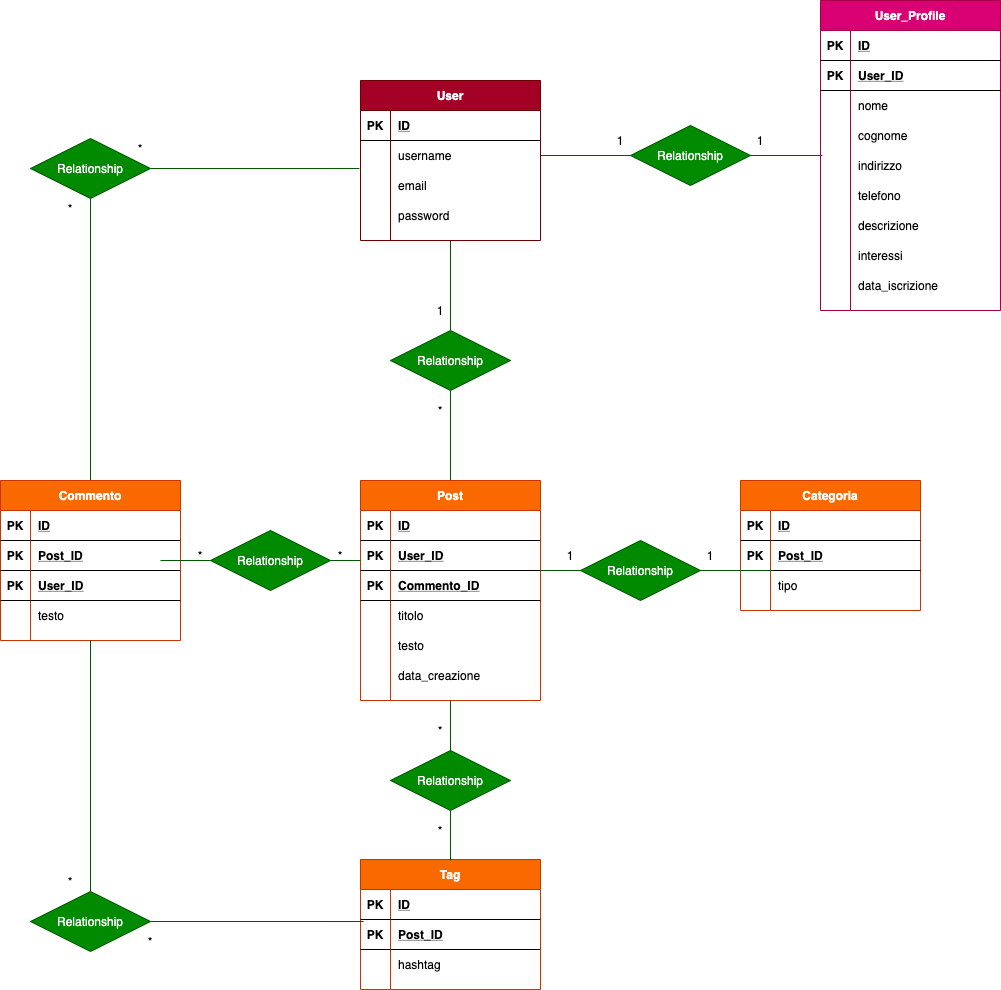
This is diagram.png from roccorefice/php-oop-2, a draw.io export, as it was before one commit. Source tidied: cells renumbered, new cells last; positions are measured from the earlier drawing's top-left corner, leaving out a move shared by most shapes.
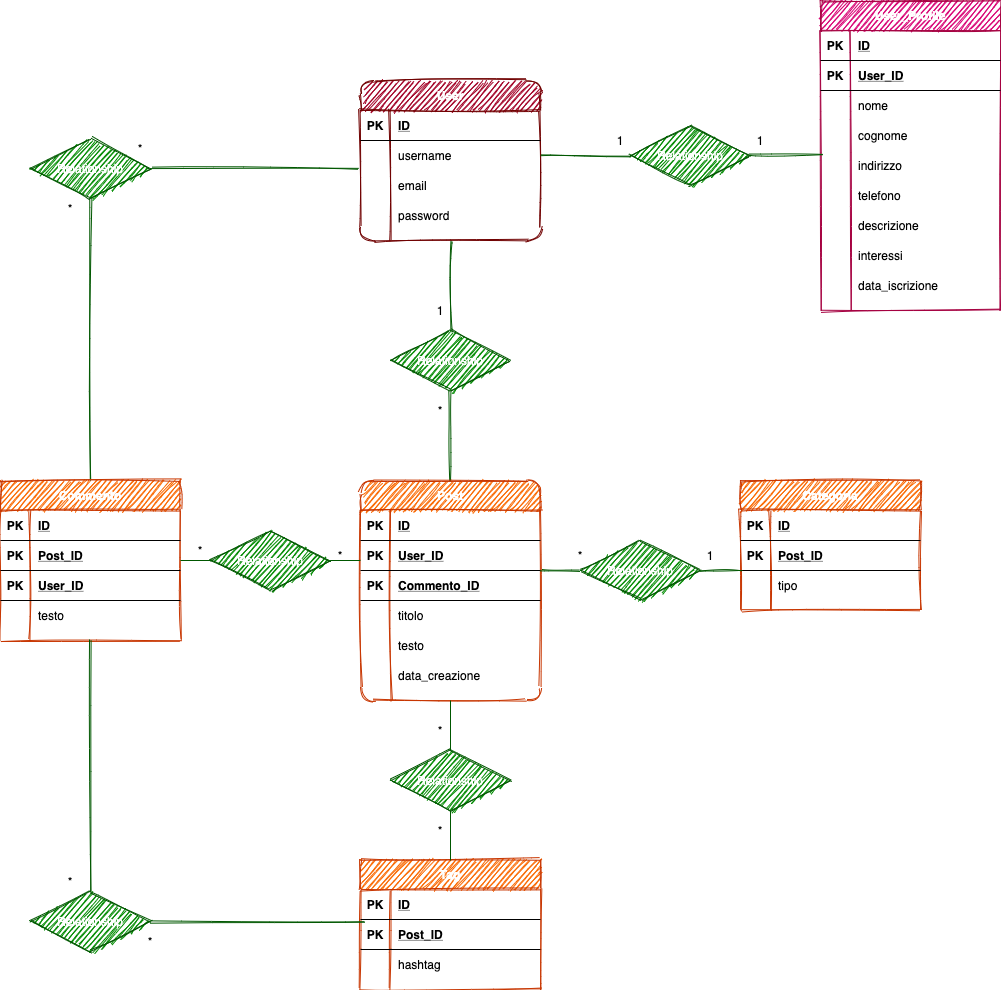
Later version of the same file.

Commit message:
bonus complete

What changed in the source:
```diff
@@ -2,10 +2,10 @@
   <root>
     <mxCell id="0" />
     <mxCell id="1" parent="0" />
-    <mxCell id="2" style="edgeStyle=orthogonalEdgeStyle;rounded=0;jettySize=auto;html=1;exitX=0.5;exitY=1;exitDx=0;exitDy=0;entryX=0.5;entryY=0;entryDx=0;entryDy=0;endArrow=none;endFill=0;fillColor=#008a00;strokeColor=#005700;" parent="1" edge="1" source="3" target="69">
+    <mxCell id="2" style="edgeStyle=orthogonalEdgeStyle;rounded=0;jettySize=auto;html=1;exitX=0.5;exitY=1;exitDx=0;exitDy=0;entryX=0.5;entryY=0;entryDx=0;entryDy=0;endArrow=none;endFill=0;fillColor=#008a00;strokeColor=#005700;sketch=1;" parent="1" edge="1" source="3" target="69">
       <mxGeometry relative="1" as="geometry" />
     </mxCell>
-    <mxCell id="3" value="User" style="shape=table;startSize=30;rowLines=0;fontStyle=1;align=center;fillColor=#a20025;strokeColor=#6F0000;fontColor=#ffffff;" parent="1" vertex="1">
+    <mxCell id="3" value="User" style="shape=table;startSize=30;rowLines=0;fontStyle=1;align=center;fillColor=#a20025;strokeColor=#6F0000;fontColor=#ffffff;sketch=1;rounded=1;" parent="1" vertex="1">
       <mxGeometry x="360" y="80" width="180" height="160" as="geometry" />
     </mxCell>
     <mxCell id="4" style="shape=partialRectangle;fillColor=none;top=0;left=0;bottom=1;right=0;" parent="3" vertex="1">
@@ -44,7 +44,7 @@
     <mxCell id="15" value="password" style="shape=partialRectangle;fillColor=none;top=0;left=0;bottom=0;right=0;align=left;spacingLeft=6;overflow=hidden;" parent="13" vertex="1">
       <mxGeometry x="30" width="150" height="30" as="geometry" />
     </mxCell>
-    <mxCell id="16" value="User_Profile" style="shape=table;startSize=30;rowLines=0;fontStyle=1;align=center;fillColor=#d80073;strokeColor=#A50040;fontColor=#ffffff;" parent="1" vertex="1">
+    <mxCell id="16" value="User_Profile" style="shape=table;startSize=30;rowLines=0;fontStyle=1;align=center;fillColor=#d80073;strokeColor=#A50040;fontColor=#ffffff;sketch=1;" parent="1" vertex="1">
       <mxGeometry x="820" width="180" height="310" as="geometry" />
     </mxCell>
     <mxCell id="17" style="shape=partialRectangle;fillColor=none;top=0;left=0;bottom=1;right=0;" parent="16" vertex="1">
@@ -128,13 +128,13 @@
     <mxCell id="43" value="data_iscrizione" style="shape=partialRectangle;fillColor=none;top=0;left=0;bottom=0;right=0;align=left;spacingLeft=6;overflow=hidden;" parent="41" vertex="1">
       <mxGeometry x="30" width="150" height="30" as="geometry" />
     </mxCell>
-    <mxCell id="44" style="edgeStyle=orthogonalEdgeStyle;rounded=0;jettySize=auto;html=1;exitX=1;exitY=0.5;exitDx=0;exitDy=0;entryX=0.011;entryY=0.167;entryDx=0;entryDy=0;entryPerimeter=0;endArrow=none;endFill=0;fillColor=#008a00;strokeColor=#005700;" parent="1" edge="1" source="45" target="29">
+    <mxCell id="44" style="edgeStyle=orthogonalEdgeStyle;rounded=0;jettySize=auto;html=1;exitX=1;exitY=0.5;exitDx=0;exitDy=0;entryX=0.011;entryY=0.167;entryDx=0;entryDy=0;entryPerimeter=0;endArrow=none;endFill=0;fillColor=#008a00;strokeColor=#005700;sketch=1;" parent="1" edge="1" source="45" target="29">
       <mxGeometry relative="1" as="geometry" />
     </mxCell>
-    <mxCell id="45" value="Relationship" style="shape=rhombus;perimeter=rhombusPerimeter;whiteSpace=wrap;html=1;align=center;fillColor=#008a00;strokeColor=#005700;fontColor=#ffffff;" parent="1" vertex="1">
+    <mxCell id="45" value="Relationship" style="shape=rhombus;perimeter=rhombusPerimeter;whiteSpace=wrap;html=1;align=center;fillColor=#008a00;strokeColor=#005700;fontColor=#ffffff;sketch=1;" parent="1" vertex="1">
       <mxGeometry x="630" y="125" width="120" height="60" as="geometry" />
     </mxCell>
-    <mxCell id="46" style="edgeStyle=orthogonalEdgeStyle;rounded=0;jettySize=auto;html=1;exitX=1;exitY=0.5;exitDx=0;exitDy=0;entryX=0;entryY=0.5;entryDx=0;entryDy=0;endArrow=none;endFill=0;fillColor=#008a00;strokeColor=#005700;" parent="1" edge="1" source="7" target="45">
+    <mxCell id="46" style="edgeStyle=orthogonalEdgeStyle;rounded=0;jettySize=auto;html=1;exitX=1;exitY=0.5;exitDx=0;exitDy=0;entryX=0;entryY=0.5;entryDx=0;entryDy=0;endArrow=none;endFill=0;fillColor=#008a00;strokeColor=#005700;sketch=1;" parent="1" edge="1" source="7" target="45">
       <mxGeometry relative="1" as="geometry" />
     </mxCell>
     <mxCell id="47" value="1" style="text;html=1;strokeColor=none;fillColor=none;align=center;verticalAlign=middle;whiteSpace=wrap;rounded=0;" parent="1" vertex="1">
@@ -143,10 +143,10 @@
     <mxCell id="48" value="1" style="text;html=1;strokeColor=none;fillColor=none;align=center;verticalAlign=middle;whiteSpace=wrap;rounded=0;" parent="1" vertex="1">
       <mxGeometry x="740" y="130" width="40" height="20" as="geometry" />
     </mxCell>
-    <mxCell id="49" style="edgeStyle=orthogonalEdgeStyle;rounded=0;jettySize=auto;html=1;exitX=0.5;exitY=0;exitDx=0;exitDy=0;entryX=0.5;entryY=1;entryDx=0;entryDy=0;endArrow=none;endFill=0;fillColor=#008a00;strokeColor=#005700;" parent="1" edge="1" source="50" target="69">
+    <mxCell id="49" style="edgeStyle=orthogonalEdgeStyle;rounded=0;jettySize=auto;html=1;exitX=0.5;exitY=0;exitDx=0;exitDy=0;entryX=0.5;entryY=1;entryDx=0;entryDy=0;endArrow=none;endFill=0;fillColor=#008a00;strokeColor=#005700;sketch=1;" parent="1" edge="1" source="50" target="69">
       <mxGeometry relative="1" as="geometry" />
     </mxCell>
-    <mxCell id="50" value="Post" style="shape=table;startSize=30;rowLines=0;fontStyle=1;align=center;fillColor=#fa6800;strokeColor=#C73500;fontColor=#ffffff;" parent="1" vertex="1">
+    <mxCell id="50" value="Post" style="shape=table;startSize=30;rowLines=0;fontStyle=1;align=center;fillColor=#fa6800;strokeColor=#C73500;fontColor=#ffffff;direction=east;sketch=1;rounded=1;" parent="1" vertex="1">
       <mxGeometry x="360" y="480" width="180" height="220" as="geometry" />
     </mxCell>
     <mxCell id="51" style="shape=partialRectangle;fillColor=none;top=0;left=0;bottom=1;right=0;" parent="50" vertex="1">
@@ -200,10 +200,10 @@
     <mxCell id="67" style="shape=partialRectangle;fillColor=none;top=0;left=0;bottom=0;right=0;overflow=hidden;" parent="66" vertex="1">
       <mxGeometry width="30" height="30" as="geometry" />
     </mxCell>
-    <mxCell id="68" value="data_creazione" style="shape=partialRectangle;fillColor=none;top=0;left=0;bottom=0;right=0;align=left;spacingLeft=6;overflow=hidden;" parent="66" vertex="1">
+    <mxCell id="68" value="data_creazione" style="shape=partialRectangle;fillColor=none;top=0;left=0;bottom=0;right=0;align=left;spacingLeft=6;overflow=hidden;sketch=0;" parent="66" vertex="1">
       <mxGeometry x="30" width="150" height="30" as="geometry" />
     </mxCell>
-    <mxCell id="69" value="Relationship" style="shape=rhombus;perimeter=rhombusPerimeter;whiteSpace=wrap;html=1;align=center;fillColor=#008a00;strokeColor=#005700;fontColor=#ffffff;" parent="1" vertex="1">
+    <mxCell id="69" value="Relationship" style="shape=rhombus;perimeter=rhombusPerimeter;whiteSpace=wrap;html=1;align=center;fillColor=#008a00;strokeColor=#005700;fontColor=#ffffff;sketch=1;" parent="1" vertex="1">
       <mxGeometry x="390" y="330" width="120" height="60" as="geometry" />
     </mxCell>
     <mxCell id="70" value="1" style="text;html=1;strokeColor=none;fillColor=none;align=center;verticalAlign=middle;whiteSpace=wrap;rounded=0;" parent="1" vertex="1">
@@ -212,10 +212,10 @@
     <mxCell id="71" value="*" style="text;html=1;strokeColor=none;fillColor=none;align=center;verticalAlign=middle;whiteSpace=wrap;rounded=0;" parent="1" vertex="1">
       <mxGeometry x="420" y="400" width="40" height="20" as="geometry" />
     </mxCell>
-    <mxCell id="72" style="edgeStyle=orthogonalEdgeStyle;rounded=0;jettySize=auto;html=1;exitX=0.5;exitY=0;exitDx=0;exitDy=0;entryX=0.5;entryY=1;entryDx=0;entryDy=0;endArrow=none;endFill=0;fillColor=#008a00;strokeColor=#005700;" parent="1" edge="1" source="73" target="92">
+    <mxCell id="72" style="edgeStyle=orthogonalEdgeStyle;rounded=0;jettySize=auto;html=1;exitX=0.5;exitY=0;exitDx=0;exitDy=0;entryX=0.5;entryY=1;entryDx=0;entryDy=0;endArrow=none;endFill=0;fillColor=#008a00;strokeColor=#005700;sketch=1;" parent="1" edge="1" source="73" target="92">
       <mxGeometry relative="1" as="geometry" />
     </mxCell>
-    <mxCell id="73" value="Commento" style="shape=table;startSize=30;rowLines=0;fontStyle=1;align=center;fillColor=#fa6800;strokeColor=#C73500;fontColor=#ffffff;" parent="1" vertex="1">
+    <mxCell id="73" value="Commento" style="shape=table;startSize=30;rowLines=0;fontStyle=1;align=center;fillColor=#fa6800;strokeColor=#C73500;fontColor=#ffffff;sketch=1;" parent="1" vertex="1">
       <mxGeometry y="480" width="180" height="160" as="geometry" />
     </mxCell>
     <mxCell id="74" style="shape=partialRectangle;fillColor=none;top=0;left=0;bottom=1;right=0;" parent="73" vertex="1">
@@ -259,27 +259,27 @@
         <mxPoint x="360" y="560" as="targetPoint" />
       </mxGeometry>
     </mxCell>
-    <mxCell id="87" value="Relationship" style="shape=rhombus;perimeter=rhombusPerimeter;whiteSpace=wrap;html=1;align=center;fillColor=#008a00;strokeColor=#005700;fontColor=#ffffff;" parent="1" vertex="1">
+    <mxCell id="87" value="Relationship" style="shape=rhombus;perimeter=rhombusPerimeter;whiteSpace=wrap;html=1;align=center;fillColor=#008a00;strokeColor=#005700;fontColor=#ffffff;sketch=1;" parent="1" vertex="1">
       <mxGeometry x="210" y="530" width="120" height="60" as="geometry" />
     </mxCell>
     <mxCell id="88" style="edgeStyle=orthogonalEdgeStyle;rounded=0;jettySize=auto;html=1;entryX=0;entryY=0.5;entryDx=0;entryDy=0;endArrow=none;endFill=0;fillColor=#008a00;strokeColor=#005700;" parent="1" edge="1" target="87">
       <mxGeometry relative="1" as="geometry">
-        <mxPoint x="160" y="560" as="sourcePoint" />
+        <mxPoint x="180" y="560" as="sourcePoint" />
       </mxGeometry>
     </mxCell>
-    <mxCell id="89" value="*" style="text;html=1;strokeColor=none;fillColor=none;align=center;verticalAlign=middle;whiteSpace=wrap;rounded=0;" parent="1" vertex="1">
-      <mxGeometry x="180" y="545" width="40" height="20" as="geometry" />
+    <mxCell id="89" value="*" style="text;html=1;strokeColor=none;fillColor=none;align=center;verticalAlign=middle;whiteSpace=wrap;rounded=0;sketch=1;" parent="1" vertex="1">
+      <mxGeometry x="180" y="540" width="40" height="20" as="geometry" />
     </mxCell>
-    <mxCell id="90" value="*" style="text;html=1;strokeColor=none;fillColor=none;align=center;verticalAlign=middle;whiteSpace=wrap;rounded=0;" parent="1" vertex="1">
+    <mxCell id="90" value="*" style="text;html=1;strokeColor=none;fillColor=none;align=center;verticalAlign=middle;whiteSpace=wrap;rounded=0;sketch=1;" parent="1" vertex="1">
       <mxGeometry x="320" y="545" width="40" height="20" as="geometry" />
     </mxCell>
-    <mxCell id="91" style="edgeStyle=orthogonalEdgeStyle;rounded=0;jettySize=auto;html=1;exitX=1;exitY=0.5;exitDx=0;exitDy=0;entryX=-0.006;entryY=-0.067;entryDx=0;entryDy=0;entryPerimeter=0;endArrow=none;endFill=0;fillColor=#008a00;strokeColor=#005700;" parent="1" edge="1" source="92" target="10">
+    <mxCell id="91" style="edgeStyle=orthogonalEdgeStyle;rounded=0;jettySize=auto;html=1;exitX=1;exitY=0.5;exitDx=0;exitDy=0;entryX=-0.006;entryY=-0.067;entryDx=0;entryDy=0;entryPerimeter=0;endArrow=none;endFill=0;fillColor=#008a00;strokeColor=#005700;sketch=1;" parent="1" edge="1" source="92" target="10">
       <mxGeometry relative="1" as="geometry" />
     </mxCell>
-    <mxCell id="92" value="Relationship" style="shape=rhombus;perimeter=rhombusPerimeter;whiteSpace=wrap;html=1;align=center;fillColor=#008a00;strokeColor=#005700;fontColor=#ffffff;" parent="1" vertex="1">
+    <mxCell id="92" value="Relationship" style="shape=rhombus;perimeter=rhombusPerimeter;whiteSpace=wrap;html=1;align=center;fillColor=#008a00;strokeColor=#005700;fontColor=#ffffff;sketch=1;" parent="1" vertex="1">
       <mxGeometry x="30" y="138" width="120" height="60" as="geometry" />
     </mxCell>
-    <mxCell id="93" value="Tag" style="shape=table;startSize=30;rowLines=0;fontStyle=1;align=center;fillColor=#fa6800;strokeColor=#C73500;fontColor=#ffffff;" parent="1" vertex="1">
+    <mxCell id="93" value="Tag" style="shape=table;startSize=30;rowLines=0;fontStyle=1;align=center;fillColor=#fa6800;strokeColor=#C73500;fontColor=#ffffff;sketch=1;" parent="1" vertex="1">
       <mxGeometry x="360" y="859" width="180" height="130" as="geometry" />
     </mxCell>
     <mxCell id="94" style="shape=partialRectangle;fillColor=none;top=0;left=0;bottom=1;right=0;" parent="93" vertex="1">
@@ -319,16 +319,16 @@
         <mxPoint x="450" y="860" as="sourcePoint" />
       </mxGeometry>
     </mxCell>
-    <mxCell id="105" value="Relationship" style="shape=rhombus;perimeter=rhombusPerimeter;whiteSpace=wrap;html=1;align=center;fillColor=#008a00;strokeColor=#005700;fontColor=#ffffff;" parent="1" vertex="1">
+    <mxCell id="105" value="Relationship" style="shape=rhombus;perimeter=rhombusPerimeter;whiteSpace=wrap;html=1;align=center;fillColor=#008a00;strokeColor=#005700;fontColor=#ffffff;sketch=1;" parent="1" vertex="1">
       <mxGeometry x="390" y="750" width="120" height="60" as="geometry" />
     </mxCell>
-    <mxCell id="106" value="*" style="text;html=1;strokeColor=none;fillColor=none;align=center;verticalAlign=middle;whiteSpace=wrap;rounded=0;" parent="1" vertex="1">
+    <mxCell id="106" value="*" style="text;html=1;strokeColor=none;fillColor=none;align=center;verticalAlign=middle;whiteSpace=wrap;rounded=0;sketch=1;" parent="1" vertex="1">
       <mxGeometry x="420" y="720" width="40" height="20" as="geometry" />
     </mxCell>
-    <mxCell id="107" value="*" style="text;html=1;strokeColor=none;fillColor=none;align=center;verticalAlign=middle;whiteSpace=wrap;rounded=0;" parent="1" vertex="1">
+    <mxCell id="107" value="*" style="text;html=1;strokeColor=none;fillColor=none;align=center;verticalAlign=middle;whiteSpace=wrap;rounded=0;sketch=1;" parent="1" vertex="1">
       <mxGeometry x="420" y="820" width="40" height="20" as="geometry" />
     </mxCell>
-    <mxCell id="108" value="Categoria" style="shape=table;startSize=30;rowLines=0;fontStyle=1;align=center;fillColor=#fa6800;strokeColor=#C73500;fontColor=#ffffff;" parent="1" vertex="1">
+    <mxCell id="108" value="Categoria" style="shape=table;startSize=30;rowLines=0;fontStyle=1;align=center;fillColor=#fa6800;strokeColor=#C73500;fontColor=#ffffff;swimlaneFillColor=none;perimeterSpacing=0;strokeWidth=1;rounded=0;shadow=0;sketch=1;" parent="1" vertex="1">
       <mxGeometry x="740" y="480" width="180" height="130" as="geometry" />
     </mxCell>
     <mxCell id="109" style="shape=partialRectangle;fillColor=none;top=0;left=0;bottom=1;right=0;" parent="108" vertex="1">
@@ -358,22 +358,19 @@
     <mxCell id="117" value="tipo" style="shape=partialRectangle;fillColor=none;top=0;left=0;bottom=0;right=0;align=left;spacingLeft=6;overflow=hidden;" parent="115" vertex="1">
       <mxGeometry x="30" width="150" height="30" as="geometry" />
     </mxCell>
-    <mxCell id="118" style="edgeStyle=orthogonalEdgeStyle;rounded=0;jettySize=auto;html=1;exitX=1;exitY=0.5;exitDx=0;exitDy=0;entryX=0.011;entryY=0.167;entryDx=0;entryDy=0;entryPerimeter=0;endArrow=none;endFill=0;fillColor=#008a00;strokeColor=#005700;" parent="1" edge="1" source="119">
+    <mxCell id="118" style="edgeStyle=orthogonalEdgeStyle;rounded=0;jettySize=auto;html=1;exitX=1;exitY=0.5;exitDx=0;exitDy=0;endArrow=none;endFill=0;fillColor=#008a00;strokeColor=#005700;sketch=1;" parent="1" edge="1" source="119">
       <mxGeometry relative="1" as="geometry">
-        <mxPoint x="772" y="570" as="targetPoint" />
+        <mxPoint x="740" y="570" as="targetPoint" />
       </mxGeometry>
     </mxCell>
-    <mxCell id="119" value="Relationship" style="shape=rhombus;perimeter=rhombusPerimeter;whiteSpace=wrap;html=1;align=center;fillColor=#008a00;strokeColor=#005700;fontColor=#ffffff;" parent="1" vertex="1">
+    <mxCell id="119" value="Relationship" style="shape=rhombus;perimeter=rhombusPerimeter;whiteSpace=wrap;html=1;align=center;fillColor=#008a00;strokeColor=#005700;fontColor=#ffffff;sketch=1;" parent="1" vertex="1">
       <mxGeometry x="580" y="540" width="120" height="60" as="geometry" />
     </mxCell>
-    <mxCell id="120" style="edgeStyle=orthogonalEdgeStyle;rounded=0;jettySize=auto;html=1;exitX=1;exitY=0.5;exitDx=0;exitDy=0;entryX=0;entryY=0.5;entryDx=0;entryDy=0;endArrow=none;endFill=0;fillColor=#008a00;strokeColor=#005700;" parent="1" edge="1" target="119">
+    <mxCell id="120" style="edgeStyle=orthogonalEdgeStyle;rounded=0;jettySize=auto;html=1;exitX=1;exitY=0.5;exitDx=0;exitDy=0;entryX=0;entryY=0.5;entryDx=0;entryDy=0;endArrow=none;endFill=0;fillColor=#008a00;strokeColor=#005700;sketch=1;" parent="1" edge="1" target="119">
       <mxGeometry relative="1" as="geometry">
         <mxPoint x="540" y="570" as="sourcePoint" />
       </mxGeometry>
     </mxCell>
-    <mxCell id="121" value="1" style="text;html=1;strokeColor=none;fillColor=none;align=center;verticalAlign=middle;whiteSpace=wrap;rounded=0;" parent="1" vertex="1">
-      <mxGeometry x="550" y="545" width="40" height="20" as="geometry" />
-    </mxCell>
     <mxCell id="122" value="1" style="text;html=1;strokeColor=none;fillColor=none;align=center;verticalAlign=middle;whiteSpace=wrap;rounded=0;" parent="1" vertex="1">
       <mxGeometry x="690" y="545" width="40" height="20" as="geometry" />
     </mxCell>
@@ -383,13 +380,13 @@
     <mxCell id="124" value="*" style="text;html=1;strokeColor=none;fillColor=none;align=center;verticalAlign=middle;whiteSpace=wrap;rounded=0;" parent="1" vertex="1">
       <mxGeometry x="120" y="138" width="40" height="20" as="geometry" />
     </mxCell>
-    <mxCell id="125" style="edgeStyle=orthogonalEdgeStyle;rounded=0;jettySize=auto;html=1;exitX=1;exitY=0.5;exitDx=0;exitDy=0;entryX=0.017;entryY=0.067;entryDx=0;entryDy=0;entryPerimeter=0;endArrow=none;endFill=0;fillColor=#008a00;strokeColor=#005700;" parent="1" edge="1" source="127" target="97">
+    <mxCell id="125" style="edgeStyle=orthogonalEdgeStyle;rounded=0;jettySize=auto;html=1;exitX=1;exitY=0.5;exitDx=0;exitDy=0;entryX=0.017;entryY=0.067;entryDx=0;entryDy=0;entryPerimeter=0;endArrow=none;endFill=0;fillColor=#008a00;strokeColor=#005700;sketch=1;" parent="1" edge="1" source="127" target="97">
       <mxGeometry relative="1" as="geometry" />
     </mxCell>
-    <mxCell id="126" style="edgeStyle=orthogonalEdgeStyle;rounded=0;jettySize=auto;html=1;exitX=0.5;exitY=0;exitDx=0;exitDy=0;entryX=0.5;entryY=1;entryDx=0;entryDy=0;endArrow=none;endFill=0;fillColor=#008a00;strokeColor=#005700;" parent="1" edge="1" source="127" target="73">
+    <mxCell id="126" style="edgeStyle=orthogonalEdgeStyle;rounded=0;jettySize=auto;html=1;exitX=0.5;exitY=0;exitDx=0;exitDy=0;entryX=0.5;entryY=1;entryDx=0;entryDy=0;endArrow=none;endFill=0;fillColor=#008a00;strokeColor=#005700;sketch=1;" parent="1" edge="1" source="127" target="73">
       <mxGeometry relative="1" as="geometry" />
     </mxCell>
-    <mxCell id="127" value="Relationship" style="shape=rhombus;perimeter=rhombusPerimeter;whiteSpace=wrap;html=1;align=center;fillColor=#008a00;strokeColor=#005700;fontColor=#ffffff;" parent="1" vertex="1">
+    <mxCell id="127" value="Relationship" style="shape=rhombus;perimeter=rhombusPerimeter;whiteSpace=wrap;html=1;align=center;fillColor=#008a00;strokeColor=#005700;fontColor=#ffffff;sketch=1;" parent="1" vertex="1">
       <mxGeometry x="30" y="891" width="120" height="60" as="geometry" />
     </mxCell>
     <mxCell id="128" value="*" style="text;html=1;strokeColor=none;fillColor=none;align=center;verticalAlign=middle;whiteSpace=wrap;rounded=0;" parent="1" vertex="1">
@@ -398,5 +395,8 @@
     <mxCell id="129" value="*" style="text;html=1;strokeColor=none;fillColor=none;align=center;verticalAlign=middle;whiteSpace=wrap;rounded=0;" parent="1" vertex="1">
       <mxGeometry x="130" y="931" width="40" height="20" as="geometry" />
     </mxCell>
+    <mxCell id="130" value="*" style="text;html=1;strokeColor=none;fillColor=none;align=center;verticalAlign=middle;whiteSpace=wrap;rounded=0;sketch=1;" parent="1" vertex="1">
+      <mxGeometry x="560" y="545" width="40" height="20" as="geometry" />
+    </mxCell>
   </root>
 </mxGraphModel>
```
